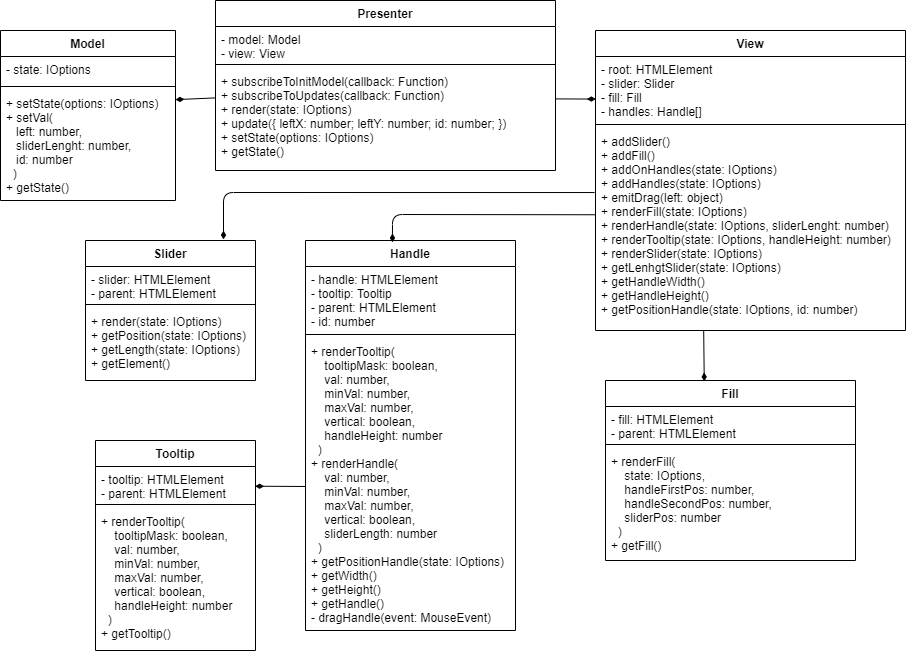
This is UML.png from AxeSnk/slider, a draw.io export, as it was before one commit. Source tidied: cells renumbered, new cells last; positions are measured from the earlier drawing's top-left corner, leaving out a move shared by most shapes.
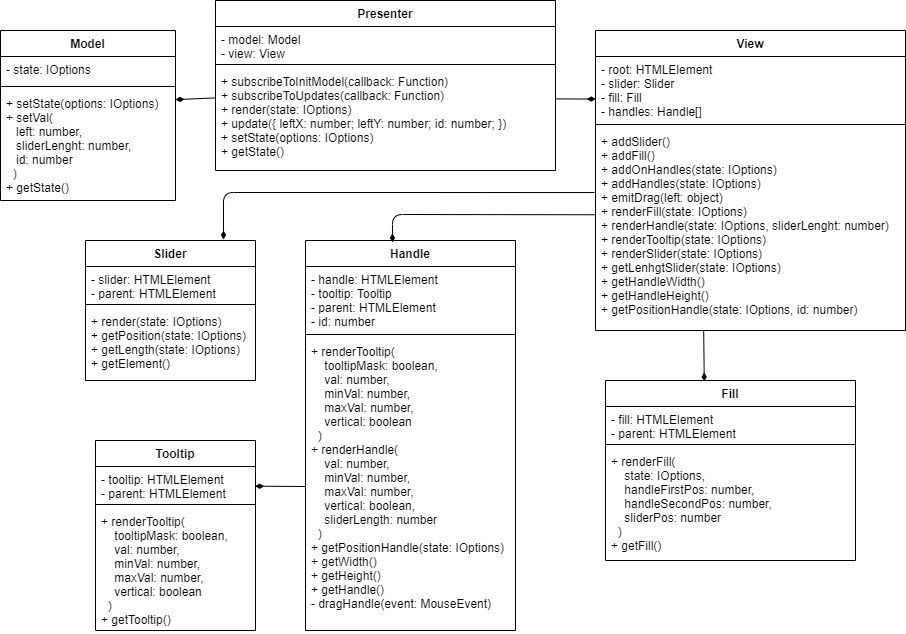
The same diagram one commit later.

Change to the diagram source:
```diff
@@ -35,7 +35,7 @@
     <mxCell id="12" style="line;strokeWidth=1;fillColor=none;align=left;verticalAlign=middle;spacingTop=-1;spacingLeft=3;spacingRight=3;labelPosition=right;" parent="10" vertex="1">
       <mxGeometry y="90" width="310" height="8" as="geometry" />
     </mxCell>
-    <mxCell id="13" value="+ addSlider()&#10;+ addFill()&#10;+ addOnHandles(state: IOptions)&#10;+ addHandles(state: IOptions)&#10;+ emitDrag(left: object)&#10;+ renderFill(state: IOptions)&#10;+ renderHandle(state: IOptions, sliderLenght: number)&#10;+ renderTooltip(state: IOptions, handleHeight: number)&#10;+ renderSlider(state: IOptions)&#10;+ getLenhgtSlider(state: IOptions)&#10;+ getHandleWidth()&#10;+ getHandleHeight()&#10;+ getPositionHandle(state: IOptions, id: number)" style="text;strokeColor=none;fillColor=none;align=left;verticalAlign=top;spacingLeft=4;spacingRight=4;overflow=hidden;points=[[0,0.5],[1,0.5]];portConstraint=eastwest;" parent="10" vertex="1">
+    <mxCell id="13" value="+ addSlider()&#10;+ addFill()&#10;+ addOnHandles(state: IOptions)&#10;+ addHandles(state: IOptions)&#10;+ emitDrag(left: object)&#10;+ renderFill(state: IOptions)&#10;+ renderHandle(state: IOptions, sliderLenght: number)&#10;+ renderTooltip(state: IOptions)&#10;+ renderSlider(state: IOptions)&#10;+ getLenhgtSlider(state: IOptions)&#10;+ getHandleWidth()&#10;+ getHandleHeight()&#10;+ getPositionHandle(state: IOptions, id: number)" style="text;strokeColor=none;fillColor=none;align=left;verticalAlign=top;spacingLeft=4;spacingRight=4;overflow=hidden;points=[[0,0.5],[1,0.5]];portConstraint=eastwest;" parent="10" vertex="1">
       <mxGeometry y="98" width="310" height="202" as="geometry" />
     </mxCell>
     <mxCell id="14" value="Slider" style="swimlane;fontStyle=1;align=center;verticalAlign=top;horizontal=1;startSize=26;" parent="1" vertex="1">
@@ -59,7 +59,7 @@
     <mxCell id="20" style="line;strokeWidth=1;fillColor=none;align=left;verticalAlign=middle;spacingTop=-1;spacingLeft=3;spacingRight=3;labelPosition=right;" parent="18" vertex="1">
       <mxGeometry y="90" width="210" height="8" as="geometry" />
     </mxCell>
-    <mxCell id="21" value="+ renderTooltip(&#10;    tooltipMask: boolean,&#10;    val: number,&#10;    minVal: number,&#10;    maxVal: number,&#10;    vertical: boolean,&#10;    handleHeight: number&#10;  )&#10;+ renderHandle(&#10;    val: number,&#10;    minVal: number,&#10;    maxVal: number,&#10;    vertical: boolean,&#10;    sliderLength: number&#10;  )&#10;+ getPositionHandle(state: IOptions)&#10;+ getWidth()&#10;+ getHeight()&#10;+ getHandle()&#10;- dragHandle(event: MouseEvent)" style="text;strokeColor=none;fillColor=none;align=left;verticalAlign=top;spacingLeft=4;spacingRight=4;overflow=hidden;" parent="18" vertex="1">
+    <mxCell id="21" value="+ renderTooltip(&#10;    tooltipMask: boolean,&#10;    val: number,&#10;    minVal: number,&#10;    maxVal: number,&#10;    vertical: boolean&#10;  )&#10;+ renderHandle(&#10;    val: number,&#10;    minVal: number,&#10;    maxVal: number,&#10;    vertical: boolean,&#10;    sliderLength: number&#10;  )&#10;+ getPositionHandle(state: IOptions)&#10;+ getWidth()&#10;+ getHeight()&#10;+ getHandle()&#10;- dragHandle(event: MouseEvent)" style="text;strokeColor=none;fillColor=none;align=left;verticalAlign=top;spacingLeft=4;spacingRight=4;overflow=hidden;" parent="18" vertex="1">
       <mxGeometry y="98" width="210" height="292" as="geometry" />
     </mxCell>
     <mxCell id="22" value="Fill" style="swimlane;fontStyle=1;align=center;verticalAlign=top;horizontal=1;startSize=26;" parent="1" vertex="1">
@@ -75,7 +75,7 @@
       <mxGeometry y="68" width="250" height="112" as="geometry" />
     </mxCell>
     <mxCell id="26" value="Tooltip" style="swimlane;fontStyle=1;align=center;verticalAlign=top;horizontal=1;startSize=26;" parent="1" vertex="1">
-      <mxGeometry x="95" y="440" width="160" height="210" as="geometry" />
+      <mxGeometry x="95" y="440" width="160" height="190" as="geometry" />
     </mxCell>
     <mxCell id="27" value="- tooltip: HTMLElement&#10;- parent: HTMLElement" style="text;strokeColor=none;fillColor=none;align=left;verticalAlign=top;spacingLeft=4;spacingRight=4;overflow=hidden;points=[[0,0.5],[1,0.5]];portConstraint=eastwest;" parent="26" vertex="1">
       <mxGeometry y="26" width="160" height="34" as="geometry" />
@@ -83,8 +83,8 @@
     <mxCell id="28" style="line;strokeWidth=1;fillColor=none;align=left;verticalAlign=middle;spacingTop=-1;spacingLeft=3;spacingRight=3;labelPosition=right;" parent="26" vertex="1">
       <mxGeometry y="60" width="160" height="8" as="geometry" />
     </mxCell>
-    <mxCell id="29" value="+ renderTooltip(&#10;    tooltipMask: boolean,&#10;    val: number,&#10;    minVal: number,&#10;    maxVal: number,&#10;    vertical: boolean,&#10;    handleHeight: number&#10;  )&#10;+ getTooltip()" style="text;strokeColor=none;fillColor=none;align=left;verticalAlign=top;spacingLeft=4;spacingRight=4;overflow=hidden;" parent="26" vertex="1">
-      <mxGeometry y="68" width="160" height="142" as="geometry" />
+    <mxCell id="29" value="+ renderTooltip(&#10;    tooltipMask: boolean,&#10;    val: number,&#10;    minVal: number,&#10;    maxVal: number,&#10;    vertical: boolean&#10;  )&#10;+ getTooltip()" style="text;strokeColor=none;fillColor=none;align=left;verticalAlign=top;spacingLeft=4;spacingRight=4;overflow=hidden;" parent="26" vertex="1">
+      <mxGeometry y="68" width="160" height="122" as="geometry" />
     </mxCell>
     <mxCell id="30" style="endArrow=diamondThin;html=1;strokeWidth=1;entryX=1;entryY=0.083;entryDx=0;entryDy=0;entryPerimeter=0;endFill=1;jumpSize=6;exitX=0.001;exitY=0.288;exitDx=0;exitDy=0;exitPerimeter=0;" parent="1" edge="1" source="5" target="9">
       <mxGeometry relative="1" as="geometry" />
```
